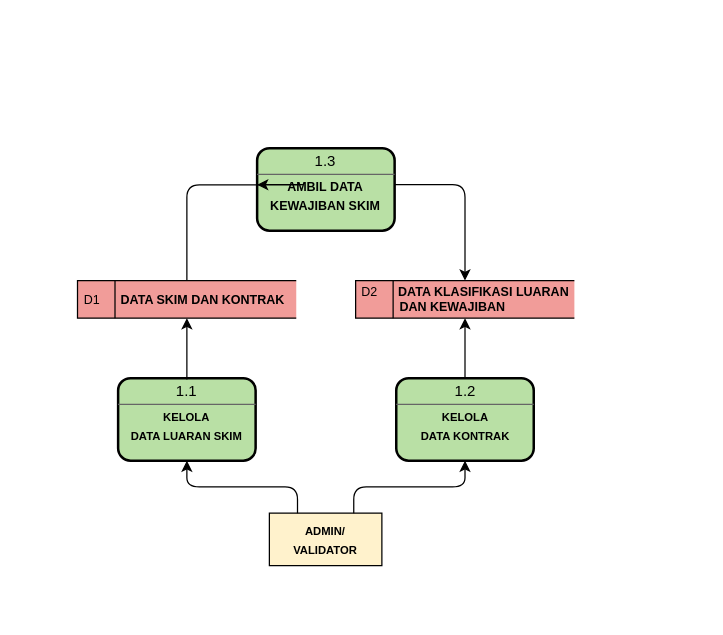
The draw.io diagram page "Level 1" (3 of 3) of Monitoring Luaran.drawio in krizal8749-ops/Ideabox, before the edit. Source tidied: cells renumbered, new cells numbered last; positions are measured from the earlier drawing's top-left corner, leaving out a move shared by most shapes. Both pictures are drawn from the tidied source at 125%, with x=0, y=0 at pixel (78, 148).
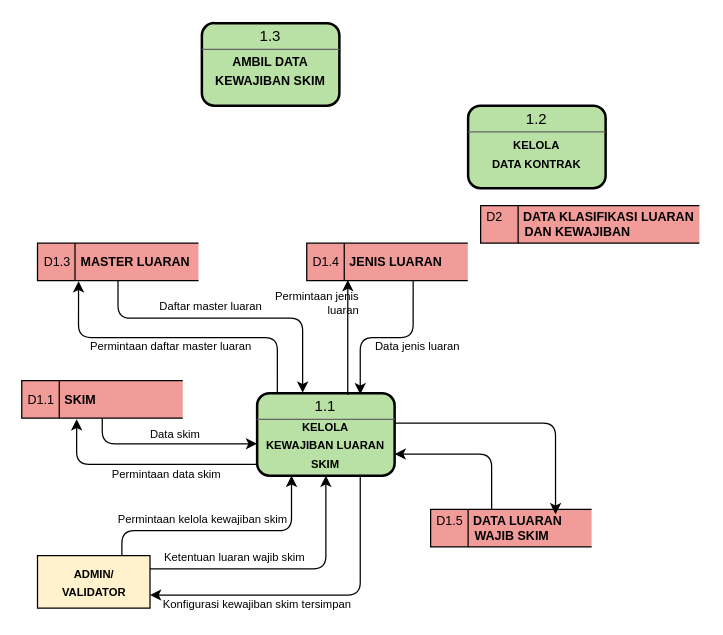
The same page after the edit.

Unchanged cells that the change refers to:
```xml
<mxCell id="4" style="rounded=1;whiteSpace=wrap;html=1;strokeWidth=2;fillColor=#B9E0A5;" parent="3" vertex="1">
  <mxGeometry width="110" height="66" as="geometry" />
</mxCell>
<mxCell id="5" value="1.1" style="text;html=1;whiteSpace=wrap;strokeColor=none;fillColor=none;align=center;verticalAlign=middle;rounded=0;" parent="3" vertex="1">
  <mxGeometry y="1" width="110" height="20" as="geometry" />
</mxCell>
<mxCell id="9" style="rounded=1;whiteSpace=wrap;html=1;strokeWidth=2;fillColor=#B9E0A5;" parent="8" vertex="1">
  <mxGeometry width="110" height="66" as="geometry" />
</mxCell>
<mxCell id="17" value="&lt;font size=&quot;1&quot;&gt;AMBIL DATA KEWAJIBAN SKIM&lt;/font&gt;" style="text;html=1;whiteSpace=wrap;strokeColor=none;fillColor=none;align=center;verticalAlign=middle;rounded=0;fontStyle=1;" parent="13" vertex="1">
  <mxGeometry y="21" width="110" height="33" as="geometry" />
</mxCell>
```

What changed in the source:
```diff
@@
     <mxCell id="2" value="&lt;font style=&quot;font-size: 9px;&quot;&gt;&lt;b style=&quot;&quot;&gt;ADMIN/&lt;/b&gt;&lt;/font&gt;&lt;div&gt;&lt;font style=&quot;font-size: 9px;&quot;&gt;&lt;b style=&quot;&quot;&gt;VALIDATOR&lt;/b&gt;&lt;/font&gt;&lt;/div&gt;" style="html=1;dashed=0;whiteSpace=wrap;fillColor=#FFF2CC;" parent="1" vertex="1">
-      <mxGeometry x="153" y="292" width="90" height="42" as="geometry" />
+      <mxGeometry x="-32.5" y="326" width="90" height="42" as="geometry" />
     </mxCell>
     <mxCell id="3" style="group;" parent="1" vertex="1">
-      <mxGeometry x="32" y="184" width="110" height="66" as="geometry" />
+      <mxGeometry x="143.2" y="196" width="110" height="66" as="geometry" />
     </mxCell>
@@
-    <mxCell id="7" value="&lt;font style=&quot;font-size: 9px;&quot;&gt;KELOLA&lt;/font&gt;&lt;div&gt;&lt;font style=&quot;font-size: 9px;&quot;&gt;DATA LUARAN SKIM&lt;/font&gt;&lt;/div&gt;" style="text;html=1;whiteSpace=wrap;strokeColor=none;fillColor=none;align=center;verticalAlign=middle;rounded=0;fontStyle=1;" parent="3" vertex="1">
-      <mxGeometry y="21" width="110" height="33" as="geometry" />
+    <mxCell id="7" value="&lt;font style=&quot;font-size: 9px;&quot;&gt;KELOLA&lt;/font&gt;&lt;div&gt;&lt;font style=&quot;font-size: 9px;&quot;&gt;KEWAJIBAN LUARAN SKIM&lt;/font&gt;&lt;/div&gt;" style="text;html=1;whiteSpace=wrap;strokeColor=none;fillColor=none;align=center;verticalAlign=middle;rounded=0;fontStyle=1;" parent="3" vertex="1">
+      <mxGeometry y="24" width="110" height="33" as="geometry" />
     </mxCell>
     <mxCell id="8" style="group;" parent="1" vertex="1">
-      <mxGeometry x="254.5" y="184" width="110" height="66" as="geometry" />
+      <mxGeometry x="312" y="-34" width="110" height="66" as="geometry" />
     </mxCell>
@@
     <mxCell id="13" style="group;" parent="1" vertex="1">
-      <mxGeometry x="143.2" width="110" height="66" as="geometry" />
+      <mxGeometry x="99" y="-100" width="110" height="66" as="geometry" />
     </mxCell>
@@
-    <mxCell id="18" style="endArrow=classic;html=1;rounded=1;exitX=0.25;exitY=0;exitDx=0;exitDy=0;edgeStyle=orthogonalEdgeStyle;curved=0;" parent="1" edge="1" source="2" target="4">
-      <mxGeometry relative="1" as="geometry" />
+    <mxCell id="18" style="endArrow=classic;html=1;rounded=1;exitX=0.75;exitY=0;exitDx=0;exitDy=0;edgeStyle=orthogonalEdgeStyle;curved=0;entryX=0.25;entryY=1;entryDx=0;entryDy=0;" parent="1" edge="1" source="2" target="4">
+      <mxGeometry relative="1" as="geometry">
+        <Array as="points">
+          <mxPoint x="35" y="306" />
+          <mxPoint x="170.8" y="306" />
+        </Array>
+      </mxGeometry>
     </mxCell>
-    <mxCell id="19" style="endArrow=classic;html=1;rounded=1;edgeStyle=orthogonalEdgeStyle;curved=0;entryX=0;entryY=0.25;entryDx=0;entryDy=0;" parent="1" edge="1" source="24" target="17">
-      <mxGeometry relative="1" as="geometry" />
-    </mxCell>
-    <mxCell id="20" style="endArrow=classic;html=1;rounded=1;edgeStyle=orthogonalEdgeStyle;curved=0;entryX=0.5;entryY=0;entryDx=0;entryDy=0;exitX=1;exitY=0.25;exitDx=0;exitDy=0;" parent="1" edge="1" source="17" target="25">
-      <mxGeometry relative="1" as="geometry" />
-    </mxCell>
-    <mxCell id="21" style="endArrow=classic;html=1;rounded=1;exitX=0.75;exitY=0;exitDx=0;exitDy=0;edgeStyle=orthogonalEdgeStyle;curved=0;entryX=0.5;entryY=1;entryDx=0;entryDy=0;" parent="1" edge="1" source="2" target="9">
-      <mxGeometry relative="1" as="geometry" />
-    </mxCell>
-    <mxCell id="22" style="endArrow=classic;html=1;rounded=1;exitX=0.5;exitY=0;exitDx=0;exitDy=0;edgeStyle=orthogonalEdgeStyle;curved=0;entryX=0.5;entryY=1;entryDx=0;entryDy=0;" parent="1" edge="1" source="5" target="24">
-      <mxGeometry relative="1" as="geometry" />
+    <mxCell id="22" style="endArrow=classic;html=1;rounded=1;exitX=0;exitY=1;exitDx=0;exitDy=0;edgeStyle=orthogonalEdgeStyle;curved=0;entryX=0.341;entryY=1.029;entryDx=0;entryDy=0;entryPerimeter=0;" parent="1" edge="1" source="7" target="24">
+      <mxGeometry relative="1" as="geometry">
+        <Array as="points">
+          <mxPoint x="-1.2" y="253" />
+        </Array>
+      </mxGeometry>
     </mxCell>
-    <mxCell id="23" style="endArrow=classic;html=1;rounded=1;exitX=0.5;exitY=0;exitDx=0;exitDy=0;edgeStyle=orthogonalEdgeStyle;curved=0;entryX=0.5;entryY=1;entryDx=0;entryDy=0;" parent="1" edge="1" source="9" target="25">
-      <mxGeometry relative="1" as="geometry" />
-    </mxCell>
-    <mxCell id="24" value="D1&amp;nbsp; &amp;nbsp; &amp;nbsp; &lt;b&gt;DATA SKIM DAN KONTRAK&lt;/b&gt;" style="html=1;dashed=0;whiteSpace=wrap;shape=mxgraph.dfd.dataStoreID;align=left;spacingLeft=3;points=[[0,0],[0.5,0],[1,0],[0,0.5],[1,0.5],[0,1],[0.5,1],[1,1]];fontSize=10;fillColor=#F19C99;" parent="1" vertex="1">
-      <mxGeometry x="-0.5" y="106" width="175" height="30" as="geometry" />
+    <mxCell id="24" value="D1.1&amp;nbsp; &amp;nbsp;&lt;b&gt;SKIM&lt;/b&gt;" style="html=1;dashed=0;whiteSpace=wrap;shape=mxgraph.dfd.dataStoreID;align=left;spacingLeft=3;points=[[0,0],[0.5,0],[1,0],[0,0.5],[1,0.5],[0,1],[0.5,1],[1,1]];fontSize=10;fillColor=#F19C99;" parent="1" vertex="1">
+      <mxGeometry x="-45.1" y="186" width="128.8" height="30" as="geometry" />
     </mxCell>
     <mxCell id="25" value="D2&amp;nbsp; &amp;nbsp; &amp;nbsp;&amp;nbsp;&lt;b&gt;DATA KLASIFIKASI LUARAN&amp;nbsp;&lt;/b&gt;&lt;div&gt;&lt;b&gt;&amp;nbsp; &amp;nbsp; &amp;nbsp; &amp;nbsp; &amp;nbsp; &amp;nbsp;DAN KEWAJIBAN&lt;/b&gt;&lt;/div&gt;" style="html=1;dashed=0;whiteSpace=wrap;shape=mxgraph.dfd.dataStoreID;align=left;spacingLeft=3;points=[[0,0],[0.5,0],[1,0],[0,0.5],[1,0.5],[0,1],[0.5,1],[1,1]];fontSize=10;fillColor=#F19C99;" parent="1" vertex="1">
-      <mxGeometry x="222" y="106" width="175" height="30" as="geometry" />
+      <mxGeometry x="322" y="46" width="175" height="30" as="geometry" />
     </mxCell>
+    <mxCell id="26" value="Permintaan kelola kewajiban skim" style="text;html=1;whiteSpace=wrap;strokeColor=none;fillColor=none;align=center;verticalAlign=middle;rounded=0;fontSize=9;" parent="1" vertex="1">
+      <mxGeometry x="30" y="289" width="140" height="16" as="geometry" />
+    </mxCell>
+    <mxCell id="27" style="endArrow=classic;html=1;rounded=1;edgeStyle=orthogonalEdgeStyle;curved=0;exitX=0.5;exitY=1;exitDx=0;exitDy=0;entryX=0;entryY=0.5;entryDx=0;entryDy=0;" parent="1" edge="1" source="24" target="7">
+      <mxGeometry relative="1" as="geometry" />
+    </mxCell>
+    <mxCell id="28" value="Permintaan data skim" style="text;html=1;whiteSpace=wrap;strokeColor=none;fillColor=none;align=center;verticalAlign=middle;rounded=0;fontSize=9;" parent="1" vertex="1">
+      <mxGeometry x="1" y="253" width="140" height="16" as="geometry" />
+    </mxCell>
+    <mxCell id="29" value="Data skim" style="text;html=1;whiteSpace=wrap;strokeColor=none;fillColor=none;align=center;verticalAlign=middle;rounded=0;fontSize=9;" parent="1" vertex="1">
+      <mxGeometry x="22.5" y="221" width="110" height="16" as="geometry" />
+    </mxCell>
+    <mxCell id="30" value="D1.3&amp;nbsp; &amp;nbsp;&lt;b&gt;MASTER LUARAN&lt;/b&gt;" style="html=1;dashed=0;whiteSpace=wrap;shape=mxgraph.dfd.dataStoreID;align=left;spacingLeft=3;points=[[0,0],[0.5,0],[1,0],[0,0.5],[1,0.5],[0,1],[0.5,1],[1,1]];fontSize=10;fillColor=#F19C99;" parent="1" vertex="1">
+      <mxGeometry x="-32.5" y="76" width="128.8" height="30" as="geometry" />
+    </mxCell>
+    <mxCell id="31" style="endArrow=classic;html=1;rounded=1;exitX=0.147;exitY=-0.003;exitDx=0;exitDy=0;edgeStyle=orthogonalEdgeStyle;curved=0;entryX=0.255;entryY=1.016;entryDx=0;entryDy=0;entryPerimeter=0;exitPerimeter=0;" parent="1" edge="1" source="5" target="30">
+      <mxGeometry relative="1" as="geometry">
+        <Array as="points">
+          <mxPoint x="159.4" y="151.5" />
+          <mxPoint x="0.3" y="151.5" />
+        </Array>
+      </mxGeometry>
+    </mxCell>
+    <mxCell id="32" style="endArrow=classic;html=1;rounded=1;edgeStyle=orthogonalEdgeStyle;curved=0;entryX=0.331;entryY=-0.068;entryDx=0;entryDy=0;entryPerimeter=0;exitX=0.5;exitY=1;exitDx=0;exitDy=0;" parent="1" edge="1" source="30" target="5">
+      <mxGeometry relative="1" as="geometry">
+        <Array as="points">
+          <mxPoint x="31.9" y="136" />
+          <mxPoint x="179.7" y="136" />
+        </Array>
+      </mxGeometry>
+    </mxCell>
+    <mxCell id="33" value="Permintaan daftar master luaran" style="text;html=1;whiteSpace=wrap;strokeColor=none;fillColor=none;align=center;verticalAlign=middle;rounded=0;fontSize=9;" parent="1" vertex="1">
+      <mxGeometry x="-1.6" y="151" width="152.9" height="16" as="geometry" />
+    </mxCell>
+    <mxCell id="34" value="Daftar master luaran" style="text;html=1;whiteSpace=wrap;strokeColor=none;fillColor=none;align=center;verticalAlign=middle;rounded=0;fontSize=9;" parent="1" vertex="1">
+      <mxGeometry x="30" y="119" width="152.9" height="16" as="geometry" />
+    </mxCell>
+    <mxCell id="35" value="D1.4&amp;nbsp; &amp;nbsp;&lt;b&gt;JENIS LUARAN&lt;/b&gt;" style="html=1;dashed=0;whiteSpace=wrap;shape=mxgraph.dfd.dataStoreID;align=left;spacingLeft=3;points=[[0,0],[0.5,0],[1,0],[0,0.5],[1,0.5],[0,1],[0.5,1],[1,1]];fontSize=10;fillColor=#F19C99;" parent="1" vertex="1">
+      <mxGeometry x="182.9" y="76" width="128.8" height="30" as="geometry" />
+    </mxCell>
+    <mxCell id="36" style="endArrow=classic;html=1;rounded=1;exitX=0.659;exitY=0.024;exitDx=0;exitDy=0;edgeStyle=orthogonalEdgeStyle;curved=0;entryX=0.255;entryY=0.98;entryDx=0;entryDy=0;entryPerimeter=0;exitPerimeter=0;" parent="1" edge="1" source="4" target="35">
+      <mxGeometry relative="1" as="geometry" />
+    </mxCell>
+    <mxCell id="37" value="Permintaan jenis luaran" style="text;html=1;whiteSpace=wrap;strokeColor=none;fillColor=none;align=right;verticalAlign=middle;rounded=0;fontSize=9;" parent="1" vertex="1">
+      <mxGeometry x="150.1" y="116" width="76.5" height="16" as="geometry" />
+    </mxCell>
+    <mxCell id="38" style="endArrow=classic;html=1;rounded=1;exitX=0.661;exitY=0.99;exitDx=0;exitDy=0;edgeStyle=orthogonalEdgeStyle;curved=0;entryX=0.75;entryY=0;entryDx=0;entryDy=0;exitPerimeter=0;" parent="1" edge="1" source="35" target="5">
+      <mxGeometry relative="1" as="geometry" />
+    </mxCell>
+    <mxCell id="39" value="Data jenis luaran" style="text;html=1;whiteSpace=wrap;strokeColor=none;fillColor=none;align=left;verticalAlign=middle;rounded=0;fontSize=9;" parent="1" vertex="1">
+      <mxGeometry x="235.5" y="151" width="76.5" height="16" as="geometry" />
+    </mxCell>
+    <mxCell id="40" value="D1.5&amp;nbsp; &amp;nbsp;&lt;b&gt;DATA LUARAN&lt;/b&gt;&lt;div&gt;&lt;b&gt;&amp;nbsp; &amp;nbsp; &amp;nbsp; &amp;nbsp; &amp;nbsp; &amp;nbsp;WAJIB SKIM&lt;/b&gt;&lt;/div&gt;" style="html=1;dashed=0;whiteSpace=wrap;shape=mxgraph.dfd.dataStoreID;align=left;spacingLeft=3;points=[[0,0],[0.5,0],[1,0],[0,0.5],[1,0.5],[0,1],[0.5,1],[1,1]];fontSize=10;fillColor=#F19C99;" parent="1" vertex="1">
+      <mxGeometry x="282" y="289" width="128.8" height="30" as="geometry" />
+    </mxCell>
+    <mxCell id="41" style="endArrow=classic;html=1;rounded=1;exitX=0.75;exitY=1;exitDx=0;exitDy=0;edgeStyle=orthogonalEdgeStyle;curved=0;entryX=1;entryY=0.75;entryDx=0;entryDy=0;" parent="1" edge="1" source="4" target="2">
+      <mxGeometry relative="1" as="geometry" />
+    </mxCell>
+    <mxCell id="42" style="endArrow=classic;html=1;rounded=1;exitX=1;exitY=0.25;exitDx=0;exitDy=0;edgeStyle=orthogonalEdgeStyle;curved=0;entryX=0.5;entryY=1;entryDx=0;entryDy=0;" parent="1" edge="1" source="2" target="4">
+      <mxGeometry relative="1" as="geometry" />
+    </mxCell>
+    <mxCell id="43" value="Ketentuan luaran wajib skim" style="text;html=1;whiteSpace=wrap;strokeColor=none;fillColor=none;align=center;verticalAlign=middle;rounded=0;fontSize=9;" parent="1" vertex="1">
+      <mxGeometry x="67.6" y="320" width="115.2" height="16" as="geometry" />
+    </mxCell>
+    <mxCell id="44" value="Konfigurasi kewajiban skim tersimpan" style="text;html=1;whiteSpace=wrap;strokeColor=none;fillColor=none;align=center;verticalAlign=middle;rounded=0;fontSize=9;" parent="1" vertex="1">
+      <mxGeometry x="61.4" y="357" width="165.2" height="16" as="geometry" />
+    </mxCell>
+    <mxCell id="45" style="endArrow=classic;html=1;rounded=1;exitX=0.379;exitY=-0.007;exitDx=0;exitDy=0;edgeStyle=orthogonalEdgeStyle;curved=0;entryX=1;entryY=0.75;entryDx=0;entryDy=0;exitPerimeter=0;" parent="1" edge="1" source="40" target="7">
+      <mxGeometry relative="1" as="geometry" />
+    </mxCell>
+    <mxCell id="46" style="endArrow=classic;html=1;rounded=1;exitX=1;exitY=0;exitDx=0;exitDy=0;edgeStyle=orthogonalEdgeStyle;curved=0;entryX=0.776;entryY=0.133;entryDx=0;entryDy=0;entryPerimeter=0;" parent="1" edge="1" source="7" target="40">
+      <mxGeometry relative="1" as="geometry">
+        <Array as="points">
+          <mxPoint x="381.9" y="219.9" />
+        </Array>
+      </mxGeometry>
+    </mxCell>
```
